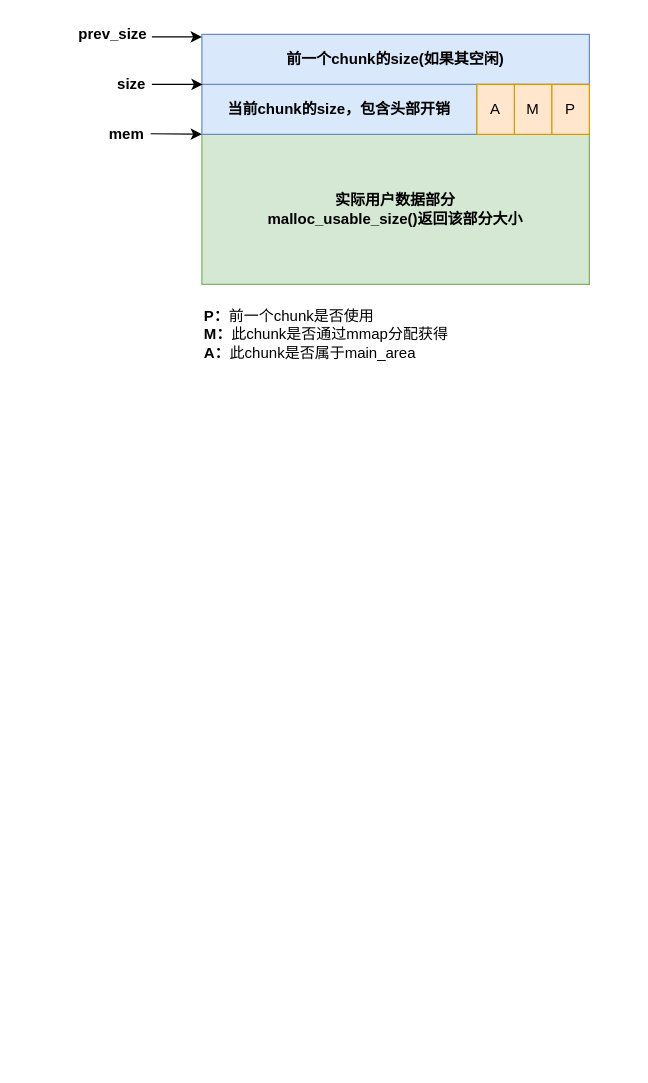
Earlier version of the draw.io diagram ptmalloc.drawio (walkerdu/draw_io). Source tidied: cells renumbered, new cells numbered last; positions are measured from the earlier drawing's top-left corner, leaving out a move shared by most shapes. Both pictures are drawn from the tidied source at 125%, with x=0, y=0 at pixel (69, 21).
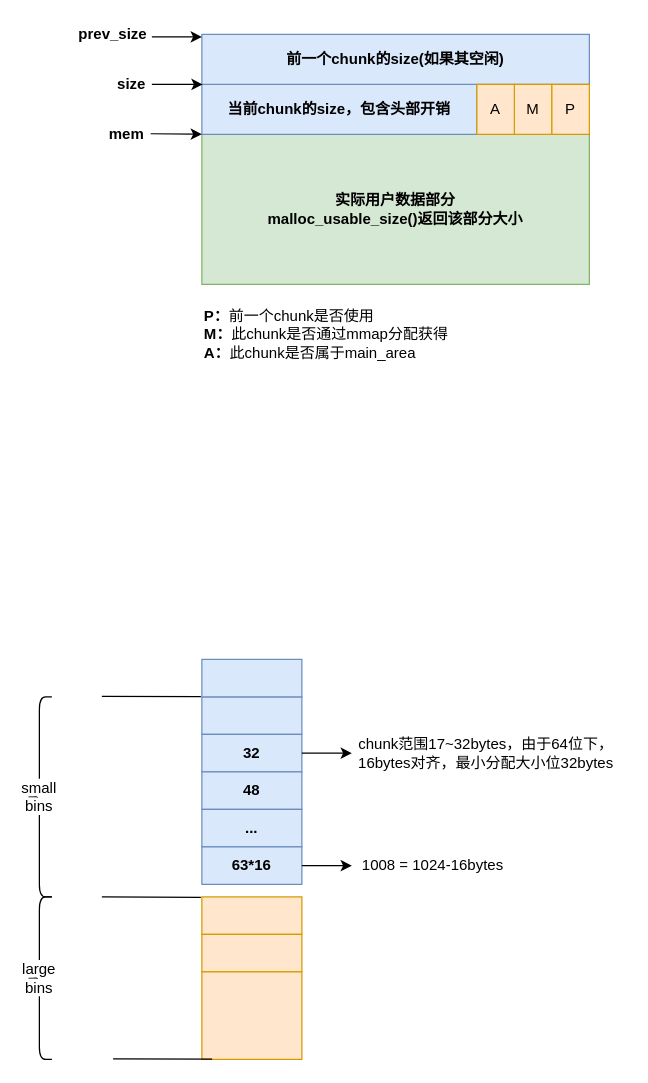
The same diagram, later.

Diff of the diagram source:
```diff
@@
+    <mxCell id="15" style="rounded=0;whiteSpace=wrap;html=1;fontStyle=1;fillColor=#dae8fc;strokeColor=#6c8ebf;" parent="1" vertex="1">
+      <mxGeometry x="106" y="540" width="80" height="30" as="geometry" />
+    </mxCell>
+    <mxCell id="16" value="&lt;span style=&quot;white-space: normal&quot;&gt;32&lt;/span&gt;" style="rounded=0;whiteSpace=wrap;html=1;fontStyle=1;fillColor=#dae8fc;strokeColor=#6c8ebf;" parent="1" vertex="1">
+      <mxGeometry x="106" y="570" width="80" height="30" as="geometry" />
+    </mxCell>
+    <mxCell id="17" value="48" style="rounded=0;whiteSpace=wrap;html=1;fontStyle=1;fillColor=#dae8fc;strokeColor=#6c8ebf;" parent="1" vertex="1">
+      <mxGeometry x="106" y="600" width="80" height="30" as="geometry" />
+    </mxCell>
+    <mxCell id="18" style="rounded=0;whiteSpace=wrap;html=1;fontStyle=1;fillColor=#ffe6cc;strokeColor=#d79b00;" parent="1" vertex="1">
+      <mxGeometry x="106" y="700" width="80" height="30" as="geometry" />
+    </mxCell>
+    <mxCell id="19" style="rounded=0;whiteSpace=wrap;html=1;fontStyle=1;fillColor=#ffe6cc;strokeColor=#d79b00;" parent="1" vertex="1">
+      <mxGeometry x="106" y="730" width="80" height="30" as="geometry" />
+    </mxCell>
+    <mxCell id="20" style="endArrow=none;html=1;entryX=-0.01;entryY=0.011;entryDx=0;entryDy=0;entryPerimeter=0;" parent="1" edge="1" target="18">
+      <mxGeometry relative="1" as="geometry">
+        <mxPoint x="26" y="700" as="sourcePoint" />
+      </mxGeometry>
+    </mxCell>
+    <mxCell id="21" style="endArrow=none;html=1;entryX=-0.01;entryY=0.011;entryDx=0;entryDy=0;entryPerimeter=0;" parent="1" edge="1">
+      <mxGeometry relative="1" as="geometry">
+        <mxPoint x="26" y="539.5" as="sourcePoint" />
+        <mxPoint x="105.2" y="539.8" as="targetPoint" />
+      </mxGeometry>
+    </mxCell>
+    <mxCell id="22" value="&lt;span style=&quot;background-color: rgb(255 , 255 , 255)&quot;&gt;small bins&lt;/span&gt;" style="shape=curlyBracket;whiteSpace=wrap;html=1;rounded=1;" parent="1" vertex="1">
+      <mxGeometry x="-34" y="540" width="20" height="160" as="geometry" />
+    </mxCell>
+    <mxCell id="23" style="rounded=0;whiteSpace=wrap;html=1;fontStyle=1;fillColor=#ffe6cc;strokeColor=#d79b00;" parent="1" vertex="1">
+      <mxGeometry x="106" y="760" width="80" height="70" as="geometry" />
+    </mxCell>
+    <mxCell id="24" style="endArrow=none;html=1;entryX=-0.01;entryY=0.011;entryDx=0;entryDy=0;entryPerimeter=0;" parent="1" edge="1">
+      <mxGeometry relative="1" as="geometry">
+        <mxPoint x="35" y="829.5" as="sourcePoint" />
+        <mxPoint x="114.2" y="829.8" as="targetPoint" />
+      </mxGeometry>
+    </mxCell>
+    <mxCell id="25" value="&lt;span style=&quot;background-color: rgb(255 , 255 , 255)&quot;&gt;large bins&lt;/span&gt;" style="shape=curlyBracket;whiteSpace=wrap;html=1;rounded=1;" parent="1" vertex="1">
+      <mxGeometry x="-34" y="700" width="20" height="130" as="geometry" />
+    </mxCell>
+    <mxCell id="26" style="endArrow=classic;html=1;exitX=1;exitY=0.5;exitDx=0;exitDy=0;" parent="1" edge="1" source="16">
+      <mxGeometry relative="1" as="geometry">
+        <mxPoint x="226" y="585" as="targetPoint" />
+      </mxGeometry>
+    </mxCell>
+    <mxCell id="27" value="chunk范围17~32bytes，由于64位下，16bytes对齐，最小分配大小位32bytes" style="text;html=1;strokeColor=none;fillColor=none;align=center;verticalAlign=middle;whiteSpace=wrap;rounded=0;" parent="1" vertex="1">
+      <mxGeometry x="221" y="575" width="225" height="20" as="geometry" />
+    </mxCell>
+    <mxCell id="28" style="rounded=0;whiteSpace=wrap;html=1;fontStyle=1;fillColor=#dae8fc;strokeColor=#6c8ebf;" parent="1" vertex="1">
+      <mxGeometry x="106" y="510" width="80" height="30" as="geometry" />
+    </mxCell>
+    <mxCell id="29" value="..." style="rounded=0;whiteSpace=wrap;html=1;fontStyle=1;fillColor=#dae8fc;strokeColor=#6c8ebf;" parent="1" vertex="1">
+      <mxGeometry x="106" y="630" width="80" height="30" as="geometry" />
+    </mxCell>
+    <mxCell id="30" value="63*16" style="rounded=0;whiteSpace=wrap;html=1;fontStyle=1;fillColor=#dae8fc;strokeColor=#6c8ebf;" parent="1" vertex="1">
+      <mxGeometry x="106" y="660" width="80" height="30" as="geometry" />
+    </mxCell>
+    <mxCell id="31" style="endArrow=classic;html=1;exitX=1;exitY=0.5;exitDx=0;exitDy=0;" parent="1" edge="1" source="30">
+      <mxGeometry relative="1" as="geometry">
+        <mxPoint x="226" y="675" as="targetPoint" />
+      </mxGeometry>
+    </mxCell>
+    <mxCell id="32" value="1008 = 1024-16bytes" style="text;html=1;strokeColor=none;fillColor=none;align=center;verticalAlign=middle;whiteSpace=wrap;rounded=0;" parent="1" vertex="1">
+      <mxGeometry x="226" y="665" width="130" height="20" as="geometry" />
+    </mxCell>
```
